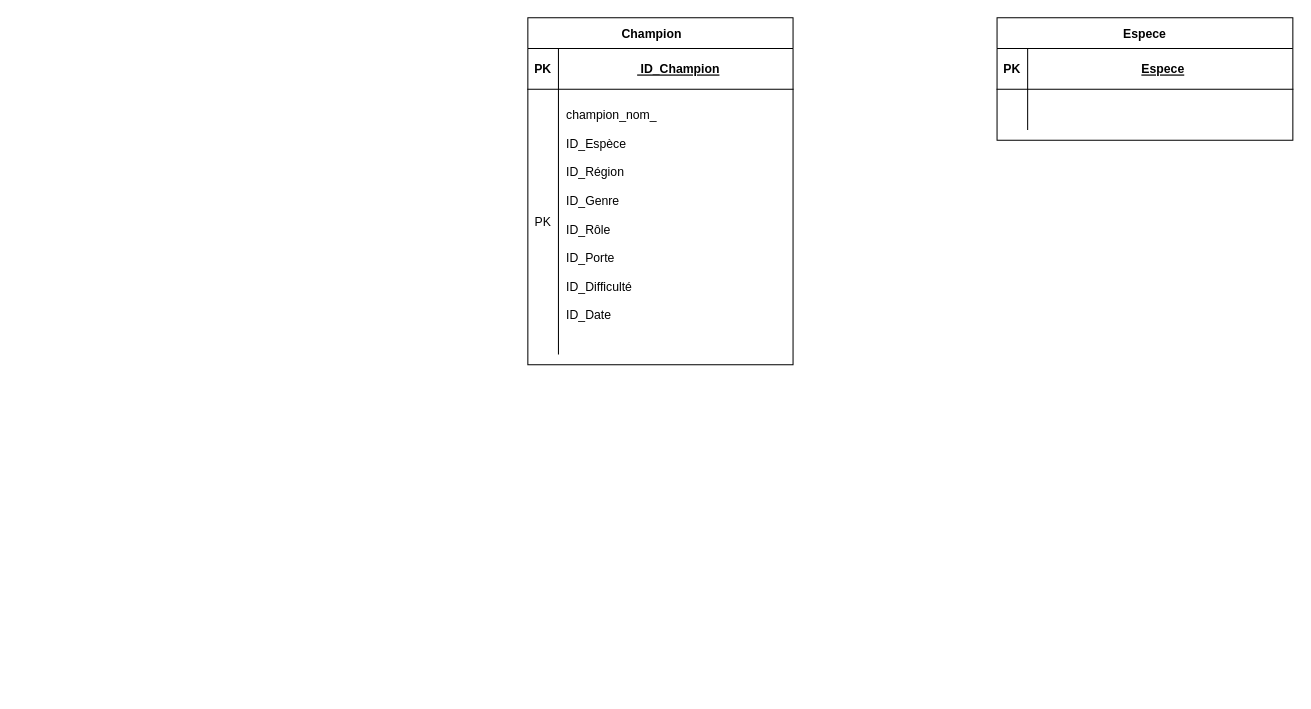
Before: Diagramme sans nom.drawio in IssaiasO/BTS2-CIEL-IR-MCD-2024-2025, a draw.io diagram. Source tidied: cells renumbered, new cells numbered last; positions are measured from the earlier drawing's top-left corner, leaving out a move shared by most shapes. Both pictures are drawn from the tidied source at 102%, with x=0, y=0 at pixel (527, 17).
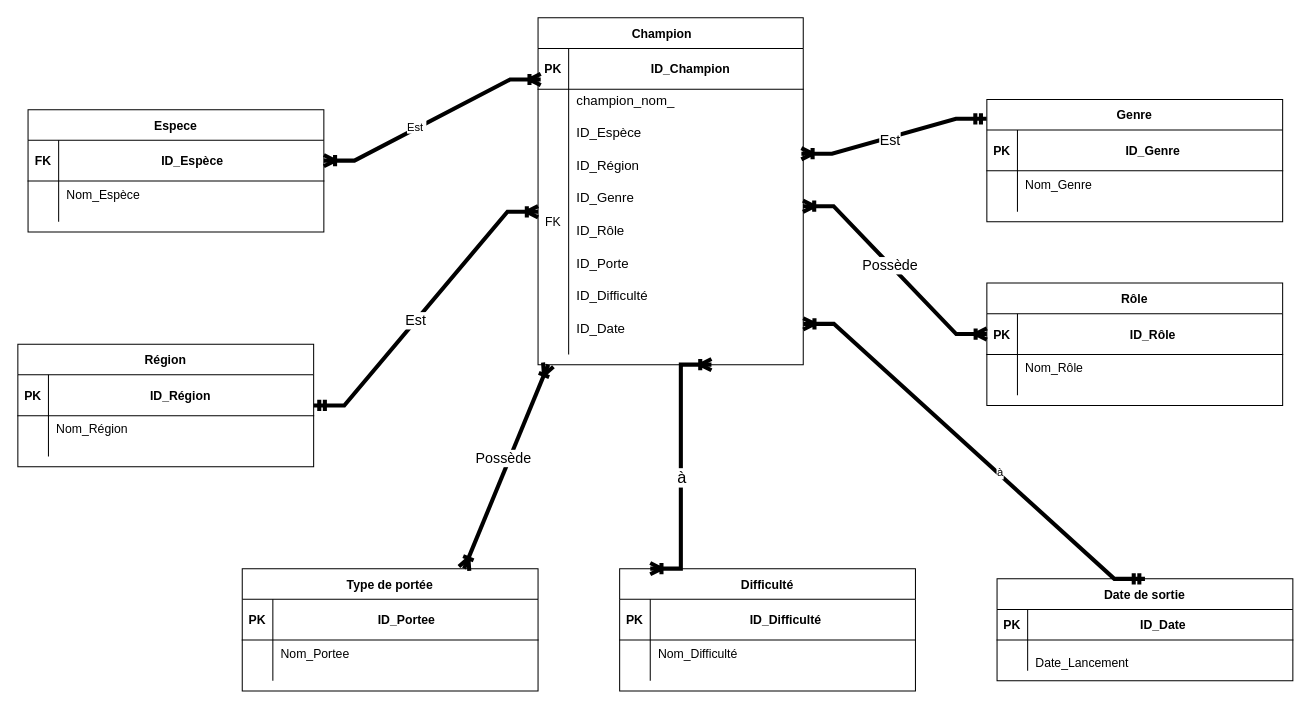
After the change.

Commit message (it also covers changes not shown here):
Mettre à jour Diagramme sans nom.drawio

Unchanged cells that the change refers to:
```xml
<mxCell id="3" style="shape=partialRectangle;fillColor=none;points=[[0,0.5],[1,0.5]];portConstraint=eastwest;top=0;left=0;right=0;bottom=1;" parent="2" vertex="1">
  <mxGeometry y="30" width="260" height="40" as="geometry" />
</mxCell>
<mxCell id="6" style="shape=partialRectangle;fillColor=none;points=[[0,0.5],[1,0.5]];portConstraint=eastwest;top=0;left=0;right=0;bottom=0;" parent="2" vertex="1">
  <mxGeometry y="70" width="260" height="260" as="geometry" />
</mxCell>
<mxCell id="10" style="shape=partialRectangle;fillColor=none;points=[[0,0.5],[1,0.5]];portConstraint=eastwest;top=0;left=0;right=0;bottom=1;" parent="9" vertex="1">
  <mxGeometry y="30" width="290" height="40" as="geometry" />
</mxCell>
<mxCell id="13" style="shape=partialRectangle;fillColor=none;top=0;left=0;right=0;bottom=0;" parent="9" vertex="1">
  <mxGeometry y="70" width="290" height="40" as="geometry" />
</mxCell>
```

Change to the diagram source:
```diff
@@
     <mxCell id="2" value="Champion     " style="shape=table;startSize=30;childLayout=tableLayout;rowLines=0;fontStyle=1;align=center;" parent="1" vertex="1">
-      <mxGeometry width="260" height="340" as="geometry" />
+      <mxGeometry x="10" width="260" height="340" as="geometry" />
     </mxCell>
@@
-    <mxCell id="5" value=" ID_Champion" style="shape=partialRectangle;overflow=hidden;fillColor=none;top=0;left=0;bottom=0;right=0;align=center;spacingLeft=6;fontStyle=5;" parent="3" vertex="1">
+    <mxCell id="5" value=" ID_Champion" style="shape=partialRectangle;overflow=hidden;fillColor=none;top=0;left=0;bottom=0;right=0;align=center;spacingLeft=6;fontStyle=1;" parent="3" vertex="1">
       <mxGeometry x="30" width="230" height="40" as="geometry" />
     </mxCell>
@@
-    <mxCell id="7" value="PK" style="shape=partialRectangle;overflow=hidden;fillColor=none;top=0;left=0;bottom=0;right=0;" parent="6" vertex="1">
+    <mxCell id="7" value="FK" style="shape=partialRectangle;overflow=hidden;fillColor=none;top=0;left=0;bottom=0;right=0;" parent="6" vertex="1">
       <mxGeometry width="30" height="260" as="geometry" />
     </mxCell>
-    <mxCell id="8" value="champion_nom_&#10;&#10;ID_Espèce &#10;&#10;ID_Région  &#10;&#10;ID_Genre&#10;&#10;ID_Rôle&#10;&#10;ID_Porte &#10;&#10;ID_Difficulté&#10;&#10;ID_Date&#10;" style="shape=partialRectangle;overflow=hidden;fillColor=none;top=0;left=0;bottom=0;right=0;align=left;spacingLeft=6;" parent="6" vertex="1">
+    <mxCell id="8" value="champion_nom_&#10;&#10;ID_Espèce &#10;&#10;ID_Région  &#10;&#10;ID_Genre&#10;&#10;ID_Rôle&#10;&#10;ID_Porte &#10;&#10;ID_Difficulté&#10;&#10;ID_Date&#10;" style="shape=partialRectangle;overflow=hidden;fillColor=none;top=0;left=0;bottom=0;right=0;align=left;spacingLeft=6;fontSize=13;" parent="6" vertex="1">
       <mxGeometry x="30" width="230" height="260" as="geometry" />
     </mxCell>
     <mxCell id="9" value="Espece" style="shape=table;startSize=30;childLayout=tableLayout;rowLines=0;fontStyle=1;align=center;" parent="1" vertex="1">
-      <mxGeometry x="460" width="290" height="120" as="geometry" />
+      <mxGeometry x="-490" y="90" width="290" height="120" as="geometry" />
     </mxCell>
@@
-    <mxCell id="11" value="PK" style="shape=partialRectangle;overflow=hidden;fillColor=none;top=0;left=0;bottom=0;right=0;fontStyle=1;" parent="10" vertex="1">
+    <mxCell id="11" value="FK" style="shape=partialRectangle;overflow=hidden;fillColor=none;top=0;left=0;bottom=0;right=0;fontStyle=1;" parent="10" vertex="1">
       <mxGeometry width="30" height="40" as="geometry" />
     </mxCell>
-    <mxCell id="12" value="Espece" style="shape=partialRectangle;overflow=hidden;fillColor=none;top=0;left=0;bottom=0;right=0;align=center;spacingLeft=6;fontStyle=5;" parent="10" vertex="1">
+    <mxCell id="12" value="ID_Espèce " style="shape=partialRectangle;overflow=hidden;fillColor=none;top=0;left=0;bottom=0;right=0;align=center;spacingLeft=6;fontStyle=1;" parent="10" vertex="1">
       <mxGeometry x="30" width="260" height="40" as="geometry" />
     </mxCell>
@@
-    <mxCell id="15" value="&#10;" style="shape=partialRectangle;overflow=hidden;fillColor=none;top=0;left=0;bottom=0;right=0;align=left;spacingLeft=6;" parent="13" vertex="1">
+    <mxCell id="15" value="Nom_Espèce&#10;" style="shape=partialRectangle;overflow=hidden;fillColor=none;top=0;left=0;bottom=0;right=0;align=left;spacingLeft=6;" parent="13" vertex="1">
       <mxGeometry x="30" width="260" height="40" as="geometry" />
     </mxCell>
+    <mxCell id="16" value="Région" style="shape=table;startSize=30;childLayout=tableLayout;rowLines=0;fontStyle=1;align=center;" parent="1" vertex="1">
+      <mxGeometry x="-500" y="320" width="290" height="120" as="geometry" />
+    </mxCell>
+    <mxCell id="17" style="shape=partialRectangle;fillColor=none;top=0;left=0;right=0;bottom=1;" parent="16" vertex="1">
+      <mxGeometry y="30" width="290" height="40" as="geometry" />
+    </mxCell>
+    <mxCell id="18" value="PK" style="shape=partialRectangle;overflow=hidden;fillColor=none;top=0;left=0;bottom=0;right=0;fontStyle=1;" parent="17" vertex="1">
+      <mxGeometry width="30" height="40" as="geometry" />
+    </mxCell>
+    <mxCell id="19" value="ID_Région  " style="shape=partialRectangle;overflow=hidden;fillColor=none;top=0;left=0;bottom=0;right=0;align=center;spacingLeft=6;fontStyle=1;" parent="17" vertex="1">
+      <mxGeometry x="30" width="260" height="40" as="geometry" />
+    </mxCell>
+    <mxCell id="20" style="shape=partialRectangle;fillColor=none;top=0;left=0;right=0;bottom=0;" parent="16" vertex="1">
+      <mxGeometry y="70" width="290" height="40" as="geometry" />
+    </mxCell>
+    <mxCell id="21" style="shape=partialRectangle;overflow=hidden;fillColor=none;top=0;left=0;bottom=0;right=0;" parent="20" vertex="1">
+      <mxGeometry width="30" height="40" as="geometry" />
+    </mxCell>
+    <mxCell id="22" value="Nom_Région&#10;" style="shape=partialRectangle;overflow=hidden;fillColor=none;top=0;left=0;bottom=0;right=0;align=left;spacingLeft=6;" parent="20" vertex="1">
+      <mxGeometry x="30" width="260" height="40" as="geometry" />
+    </mxCell>
+    <mxCell id="23" value="Genre" style="shape=table;startSize=30;childLayout=tableLayout;rowLines=0;fontStyle=1;align=center;" parent="1" vertex="1">
+      <mxGeometry x="450" y="80" width="290" height="120" as="geometry" />
+    </mxCell>
+    <mxCell id="24" style="shape=partialRectangle;fillColor=none;top=0;left=0;right=0;bottom=1;" parent="23" vertex="1">
+      <mxGeometry y="30" width="290" height="40" as="geometry" />
+    </mxCell>
+    <mxCell id="25" value="PK" style="shape=partialRectangle;overflow=hidden;fillColor=none;top=0;left=0;bottom=0;right=0;fontStyle=1;" parent="24" vertex="1">
+      <mxGeometry width="30" height="40" as="geometry" />
+    </mxCell>
+    <mxCell id="26" value="ID_Genre" style="shape=partialRectangle;overflow=hidden;fillColor=none;top=0;left=0;bottom=0;right=0;align=center;spacingLeft=6;fontStyle=1;" parent="24" vertex="1">
+      <mxGeometry x="30" width="260" height="40" as="geometry" />
+    </mxCell>
+    <mxCell id="27" style="shape=partialRectangle;fillColor=none;top=0;left=0;right=0;bottom=0;" parent="23" vertex="1">
+      <mxGeometry y="70" width="290" height="40" as="geometry" />
+    </mxCell>
+    <mxCell id="28" style="shape=partialRectangle;overflow=hidden;fillColor=none;top=0;left=0;bottom=0;right=0;" parent="27" vertex="1">
+      <mxGeometry width="30" height="40" as="geometry" />
+    </mxCell>
+    <mxCell id="29" value="Nom_Genre&#10;" style="shape=partialRectangle;overflow=hidden;fillColor=none;top=0;left=0;bottom=0;right=0;align=left;spacingLeft=6;" parent="27" vertex="1">
+      <mxGeometry x="30" width="260" height="40" as="geometry" />
+    </mxCell>
+    <mxCell id="30" value="Rôle" style="shape=table;startSize=30;childLayout=tableLayout;rowLines=0;fontStyle=1;align=center;" parent="1" vertex="1">
+      <mxGeometry x="450" y="260" width="290" height="120" as="geometry" />
+    </mxCell>
+    <mxCell id="31" style="shape=partialRectangle;fillColor=none;points=[[0,0.5],[1,0.5]];portConstraint=eastwest;top=0;left=0;right=0;bottom=1;" parent="30" vertex="1">
+      <mxGeometry y="30" width="290" height="40" as="geometry" />
+    </mxCell>
+    <mxCell id="32" value="PK" style="shape=partialRectangle;overflow=hidden;fillColor=none;top=0;left=0;bottom=0;right=0;fontStyle=1;" parent="31" vertex="1">
+      <mxGeometry width="30" height="40" as="geometry" />
+    </mxCell>
+    <mxCell id="33" value="ID_Rôle" style="shape=partialRectangle;overflow=hidden;fillColor=none;top=0;left=0;bottom=0;right=0;align=center;spacingLeft=6;fontStyle=1;" parent="31" vertex="1">
+      <mxGeometry x="30" width="260" height="40" as="geometry" />
+    </mxCell>
+    <mxCell id="34" style="shape=partialRectangle;fillColor=none;top=0;left=0;right=0;bottom=0;" parent="30" vertex="1">
+      <mxGeometry y="70" width="290" height="40" as="geometry" />
+    </mxCell>
+    <mxCell id="35" style="shape=partialRectangle;overflow=hidden;fillColor=none;top=0;left=0;bottom=0;right=0;" parent="34" vertex="1">
+      <mxGeometry width="30" height="40" as="geometry" />
+    </mxCell>
+    <mxCell id="36" value="Nom_Rôle&#10;" style="shape=partialRectangle;overflow=hidden;fillColor=none;top=0;left=0;bottom=0;right=0;align=left;spacingLeft=6;" parent="34" vertex="1">
+      <mxGeometry x="30" width="260" height="40" as="geometry" />
+    </mxCell>
+    <mxCell id="37" value="Type de portée" style="shape=table;startSize=30;childLayout=tableLayout;rowLines=0;fontStyle=1;align=center;" parent="1" vertex="1">
+      <mxGeometry x="-280" y="540" width="290" height="120" as="geometry" />
+    </mxCell>
+    <mxCell id="38" style="shape=partialRectangle;fillColor=none;top=0;left=0;right=0;bottom=1;" parent="37" vertex="1">
+      <mxGeometry y="30" width="290" height="40" as="geometry" />
+    </mxCell>
+    <mxCell id="39" value="PK" style="shape=partialRectangle;overflow=hidden;fillColor=none;top=0;left=0;bottom=0;right=0;fontStyle=1;" parent="38" vertex="1">
+      <mxGeometry width="30" height="40" as="geometry" />
+    </mxCell>
+    <mxCell id="40" value="ID_Portee " style="shape=partialRectangle;overflow=hidden;fillColor=none;top=0;left=0;bottom=0;right=0;align=center;spacingLeft=6;fontStyle=1;" parent="38" vertex="1">
+      <mxGeometry x="30" width="260" height="40" as="geometry" />
+    </mxCell>
+    <mxCell id="41" style="shape=partialRectangle;fillColor=none;top=0;left=0;right=0;bottom=0;" parent="37" vertex="1">
+      <mxGeometry y="70" width="290" height="40" as="geometry" />
+    </mxCell>
+    <mxCell id="42" style="shape=partialRectangle;overflow=hidden;fillColor=none;top=0;left=0;bottom=0;right=0;" parent="41" vertex="1">
+      <mxGeometry width="30" height="40" as="geometry" />
+    </mxCell>
+    <mxCell id="43" value="Nom_Portee&#10;" style="shape=partialRectangle;overflow=hidden;fillColor=none;top=0;left=0;bottom=0;right=0;align=left;spacingLeft=6;" parent="41" vertex="1">
+      <mxGeometry x="30" width="260" height="40" as="geometry" />
+    </mxCell>
+    <mxCell id="44" value="Difficulté" style="shape=table;startSize=30;childLayout=tableLayout;rowLines=0;fontStyle=1;align=center;" parent="1" vertex="1">
+      <mxGeometry x="90" y="540" width="290" height="120" as="geometry" />
+    </mxCell>
+    <mxCell id="45" style="shape=partialRectangle;fillColor=none;top=0;left=0;right=0;bottom=1;" parent="44" vertex="1">
+      <mxGeometry y="30" width="290" height="40" as="geometry" />
+    </mxCell>
+    <mxCell id="46" value="PK" style="shape=partialRectangle;overflow=hidden;fillColor=none;top=0;left=0;bottom=0;right=0;fontStyle=1;" parent="45" vertex="1">
+      <mxGeometry width="30" height="40" as="geometry" />
+    </mxCell>
+    <mxCell id="47" value="ID_Difficulté" style="shape=partialRectangle;overflow=hidden;fillColor=none;top=0;left=0;bottom=0;right=0;align=center;spacingLeft=6;fontStyle=1;" parent="45" vertex="1">
+      <mxGeometry x="30" width="260" height="40" as="geometry" />
+    </mxCell>
+    <mxCell id="48" style="shape=partialRectangle;fillColor=none;top=0;left=0;right=0;bottom=0;" parent="44" vertex="1">
+      <mxGeometry y="70" width="290" height="40" as="geometry" />
+    </mxCell>
+    <mxCell id="49" style="shape=partialRectangle;overflow=hidden;fillColor=none;top=0;left=0;bottom=0;right=0;" parent="48" vertex="1">
+      <mxGeometry width="30" height="40" as="geometry" />
+    </mxCell>
+    <mxCell id="50" value="Nom_Difficulté&#10;" style="shape=partialRectangle;overflow=hidden;fillColor=none;top=0;left=0;bottom=0;right=0;align=left;spacingLeft=6;" parent="48" vertex="1">
+      <mxGeometry x="30" width="260" height="40" as="geometry" />
+    </mxCell>
+    <mxCell id="51" value="Date de sortie" style="shape=table;startSize=30;childLayout=tableLayout;rowLines=0;fontStyle=1;align=center;" parent="1" vertex="1">
+      <mxGeometry x="460" y="550" width="290" height="100" as="geometry" />
+    </mxCell>
+    <mxCell id="52" style="shape=partialRectangle;fillColor=none;top=0;left=0;right=0;bottom=1;" parent="51" vertex="1">
+      <mxGeometry y="30" width="290" height="30" as="geometry" />
+    </mxCell>
+    <mxCell id="53" value="PK" style="shape=partialRectangle;overflow=hidden;fillColor=none;top=0;left=0;bottom=0;right=0;fontStyle=1;" parent="52" vertex="1">
+      <mxGeometry width="30" height="30" as="geometry" />
+    </mxCell>
+    <mxCell id="54" value="ID_Date" style="shape=partialRectangle;overflow=hidden;fillColor=none;top=0;left=0;bottom=0;right=0;align=center;spacingLeft=6;fontStyle=1;" parent="52" vertex="1">
+      <mxGeometry x="30" width="260" height="30" as="geometry" />
+    </mxCell>
+    <mxCell id="55" style="shape=partialRectangle;fillColor=none;top=0;left=0;right=0;bottom=0;" parent="51" vertex="1">
+      <mxGeometry y="60" width="290" height="30" as="geometry" />
+    </mxCell>
+    <mxCell id="56" style="shape=partialRectangle;overflow=hidden;fillColor=none;top=0;left=0;bottom=0;right=0;" parent="55" vertex="1">
+      <mxGeometry width="30" height="30" as="geometry" />
+    </mxCell>
+    <mxCell id="57" value="&#10;Date_Lancement&#10;&#10;" style="shape=partialRectangle;overflow=hidden;fillColor=none;top=0;left=0;bottom=0;right=0;align=left;spacingLeft=6;" parent="55" vertex="1">
+      <mxGeometry x="30" width="260" height="30" as="geometry" />
+    </mxCell>
+    <mxCell id="58" style="edgeStyle=entityRelationEdgeStyle;fontSize=12;html=1;endArrow=ERoneToMany;rounded=0;startArrow=ERoneToMany;startFill=0;exitX=0.01;exitY=0.761;exitDx=0;exitDy=0;exitPerimeter=0;strokeWidth=4;endFill=0;" parent="1" edge="1" source="3" target="10">
+      <mxGeometry relative="1" as="geometry">
+        <Array as="points">
+          <mxPoint x="-60" y="180" />
+          <mxPoint x="290" y="190" />
+          <mxPoint x="350" y="200" />
+          <mxPoint x="340" y="70" />
+          <mxPoint x="390" y="130" />
+        </Array>
+      </mxGeometry>
+    </mxCell>
+    <mxCell id="59" value="Est&amp;nbsp;" style="edgeLabel;html=1;align=center;verticalAlign=middle;" parent="58" vertex="1">
+      <mxGeometry x="0.15" y="-2" relative="1" as="geometry" />
+    </mxCell>
+    <mxCell id="60" style="edgeStyle=entityRelationEdgeStyle;fontSize=12;html=1;endArrow=ERmandOne;rounded=0;startArrow=ERoneToMany;startFill=0;exitX=0;exitY=0.462;exitDx=0;exitDy=0;exitPerimeter=0;strokeWidth=4;endFill=0;" parent="1" edge="1" source="6" target="16">
+      <mxGeometry relative="1" as="geometry">
+        <Array as="points">
+          <mxPoint x="-20" y="210" />
+          <mxPoint x="-150" y="330" />
+          <mxPoint x="200" y="340" />
+          <mxPoint x="260" y="350" />
+          <mxPoint x="250" y="220" />
+          <mxPoint x="300" y="280" />
+        </Array>
+      </mxGeometry>
+    </mxCell>
+    <mxCell id="61" value="&lt;span style=&quot;font-size: 14px;&quot;&gt;Est&lt;/span&gt;" style="edgeLabel;html=1;align=center;verticalAlign=middle;" parent="60" vertex="1">
+      <mxGeometry x="0.1" y="-1" relative="1" as="geometry" />
+    </mxCell>
+    <mxCell id="62" style="edgeStyle=entityRelationEdgeStyle;fontSize=12;html=1;endArrow=ERoneToMany;rounded=0;startArrow=ERmandOne;startFill=0;exitX=-0.001;exitY=0.158;exitDx=0;exitDy=0;exitPerimeter=0;strokeWidth=4;endFill=0;entryX=0.993;entryY=0.243;entryDx=0;entryDy=0;entryPerimeter=0;" parent="1" edge="1" source="23" target="6">
+      <mxGeometry relative="1" as="geometry">
+        <Array as="points">
+          <mxPoint x="480" y="110" />
+          <mxPoint x="830" y="120" />
+          <mxPoint x="890" y="130" />
+          <mxPoint x="880" />
+          <mxPoint x="930" y="60" />
+        </Array>
+      </mxGeometry>
+    </mxCell>
+    <mxCell id="63" value="Est" style="edgeLabel;html=1;align=center;verticalAlign=middle;fontSize=14;" parent="62" vertex="1">
+      <mxGeometry x="0.05" y="2" relative="1" as="geometry" />
+    </mxCell>
+    <mxCell id="64" style="edgeStyle=entityRelationEdgeStyle;fontSize=12;html=1;endArrow=ERoneToMany;rounded=0;startArrow=ERoneToMany;startFill=0;exitX=0;exitY=0.5;exitDx=0;exitDy=0;strokeWidth=4;endFill=0;entryX=0.999;entryY=0.441;entryDx=0;entryDy=0;entryPerimeter=0;" parent="1" edge="1" source="31" target="6">
+      <mxGeometry relative="1" as="geometry">
+        <Array as="points">
+          <mxPoint x="450" y="280" />
+          <mxPoint x="440" y="290" />
+          <mxPoint x="790" y="300" />
+          <mxPoint x="850" y="310" />
+          <mxPoint x="840" y="180" />
+          <mxPoint x="890" y="240" />
+        </Array>
+      </mxGeometry>
+    </mxCell>
+    <mxCell id="65" value="Possède " style="edgeLabel;html=1;align=center;verticalAlign=middle;fontSize=14;" parent="64" vertex="1">
+      <mxGeometry x="0.06" y="1" relative="1" as="geometry" />
+    </mxCell>
+    <mxCell id="66" style="endArrow=ERoneToMany;html=1;rounded=0;entryX=0.75;entryY=0;entryDx=0;entryDy=0;startArrow=ERoneToMany;startFill=0;strokeWidth=4;endFill=0;" parent="1" edge="1" target="37">
+      <mxGeometry relative="1" as="geometry">
+        <mxPoint x="20" y="340" as="sourcePoint" />
+      </mxGeometry>
+    </mxCell>
+    <mxCell id="67" style="edgeStyle=entityRelationEdgeStyle;fontSize=12;html=1;endArrow=ERmandOne;rounded=0;startArrow=ERoneToMany;startFill=0;strokeWidth=4;endFill=0;entryX=0.5;entryY=0;entryDx=0;entryDy=0;" parent="1" edge="1" target="51">
+      <mxGeometry relative="1" as="geometry">
+        <mxPoint x="270" y="300" as="sourcePoint" />
+        <Array as="points">
+          <mxPoint x="350" y="310" />
+          <mxPoint x="220" y="430" />
+          <mxPoint x="570" y="440" />
+          <mxPoint x="630" y="450" />
+          <mxPoint x="620" y="320" />
+          <mxPoint x="670" y="380" />
+        </Array>
+      </mxGeometry>
+    </mxCell>
+    <mxCell id="68" value="à" style="edgeLabel;html=1;align=center;verticalAlign=middle;" parent="67" vertex="1">
+      <mxGeometry x="0.15" y="2" relative="1" as="geometry" />
+    </mxCell>
+    <mxCell id="69" style="edgeStyle=entityRelationEdgeStyle;fontSize=12;html=1;endArrow=ERoneToMany;rounded=0;startArrow=ERoneToMany;startFill=0;strokeWidth=4;endFill=0;" parent="1" edge="1">
+      <mxGeometry relative="1" as="geometry">
+        <mxPoint x="120" y="540" as="sourcePoint" />
+        <mxPoint x="180" y="340" as="targetPoint" />
+        <Array as="points">
+          <mxPoint x="340" y="465" />
+          <mxPoint x="330" y="475" />
+          <mxPoint x="680" y="485" />
+          <mxPoint x="740" y="495" />
+          <mxPoint x="730" y="365" />
+          <mxPoint x="780" y="425" />
+        </Array>
+      </mxGeometry>
+    </mxCell>
+    <mxCell id="70" value="à" style="edgeLabel;html=1;align=center;verticalAlign=middle;fontSize=16;" parent="69" vertex="1">
+      <mxGeometry x="0.07" relative="1" as="geometry">
+        <mxPoint y="19" as="offset" />
+      </mxGeometry>
+    </mxCell>
+    <mxCell id="71" value="Possède " style="edgeLabel;html=1;align=center;verticalAlign=middle;fontSize=14;" parent="1" vertex="1">
+      <mxGeometry x="10" y="430" as="geometry">
+        <mxPoint x="-35" y="1" as="offset" />
+      </mxGeometry>
+    </mxCell>
```
